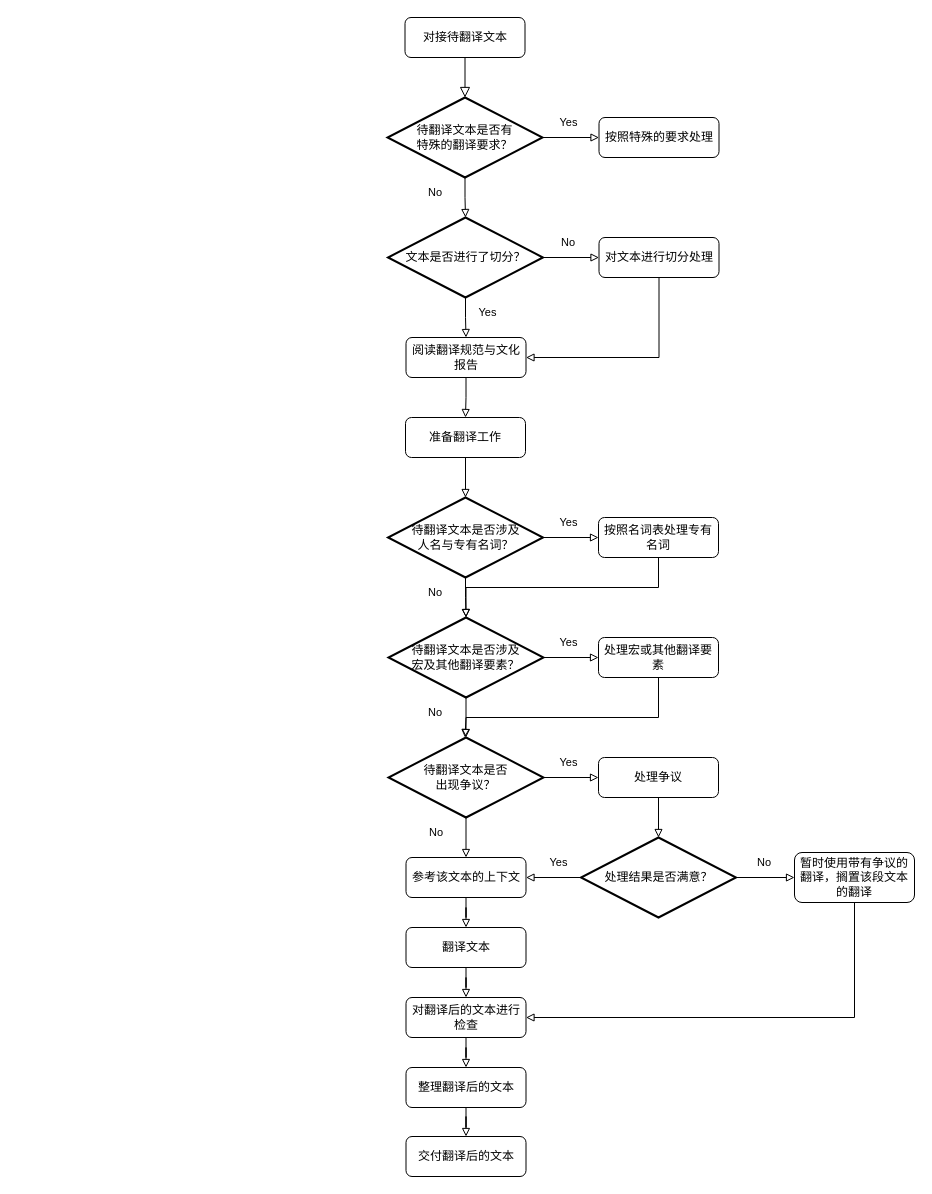
The draw.io diagram 翻译流程图.drawio in icemeowzhi/bach_final_diags, before the edit. Source tidied: cells renumbered, new cells numbered last; positions are measured from the earlier drawing's top-left corner, leaving out a move shared by most shapes. Both pictures are drawn from the tidied source at 100%, with x=0, y=0 at pixel (387, 17).
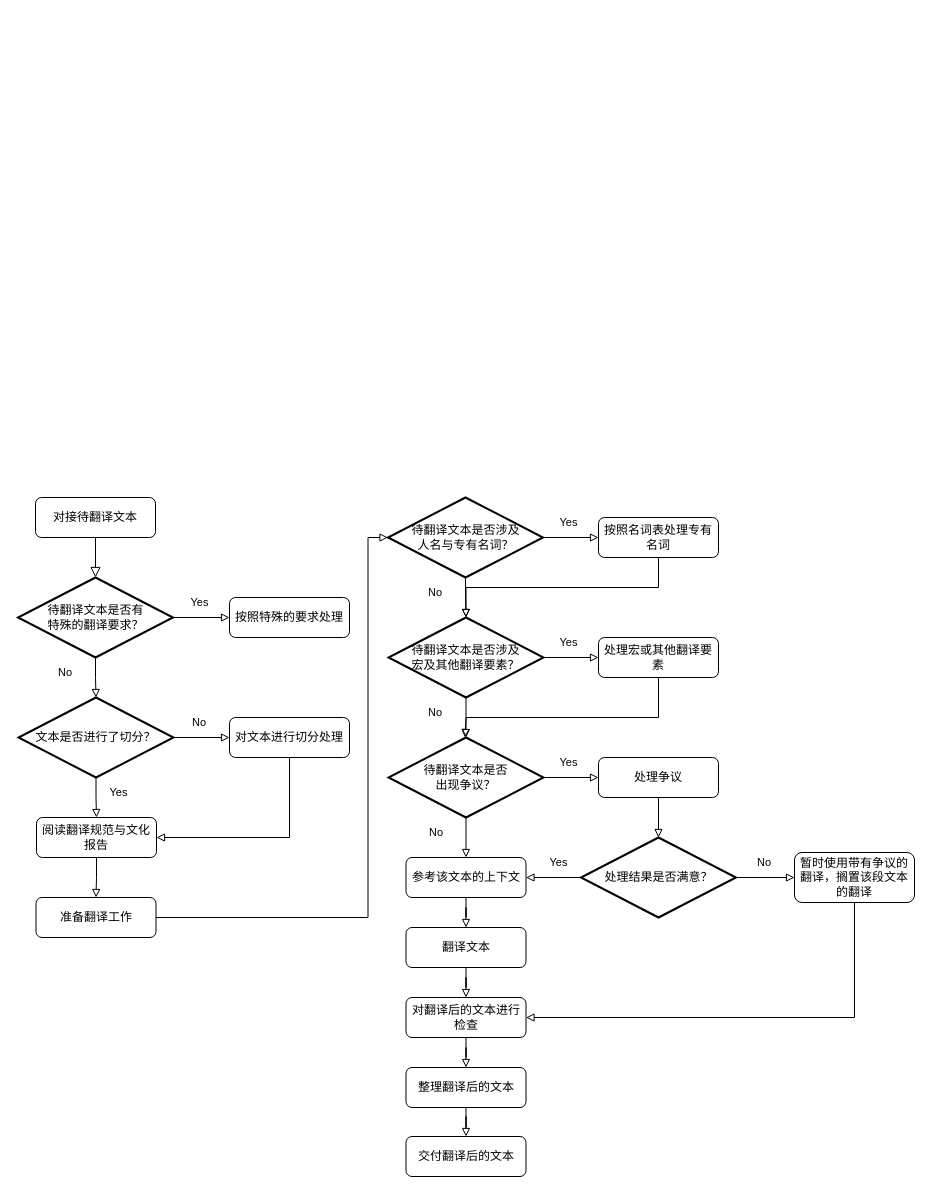
Above is the later version.

Commit message:
更新翻译流程图.drawio

The change refers to these unchanged cells:
```xml
<mxCell id="14" value="&lt;div&gt;待翻译文本是否涉及&lt;/div&gt;&lt;div&gt;人名与专有名词？&lt;br&gt;&lt;/div&gt;" style="strokeWidth=2;html=1;shape=mxgraph.flowchart.decision;whiteSpace=wrap;" parent="1" vertex="1">
  <mxGeometry x="0.5" y="480" width="155" height="80" as="geometry" />
</mxCell>
<mxCell id="24" value="处理结果是否满意？" style="strokeWidth=2;html=1;shape=mxgraph.flowchart.decision;whiteSpace=wrap;" parent="1" vertex="1">
  <mxGeometry x="193.5" y="820" width="155" height="80" as="geometry" />
</mxCell>
<mxCell id="28" value="暂时使用带有争议的翻译，搁置该段文本的翻译" style="rounded=1;whiteSpace=wrap;html=1;fontSize=12;glass=0;strokeWidth=1;shadow=0;" parent="1" vertex="1">
  <mxGeometry x="407" y="835" width="120" height="50" as="geometry" />
</mxCell>
<mxCell id="35" value="对翻译后的文本进行检查" style="rounded=1;whiteSpace=wrap;html=1;fontSize=12;glass=0;strokeWidth=1;shadow=0;" parent="1" vertex="1">
  <mxGeometry x="18.5" y="980" width="120" height="40" as="geometry" />
</mxCell>
```

Diff of the diagram source:
```diff
@@
     <mxCell id="3" value="对接待翻译文本" style="rounded=1;whiteSpace=wrap;html=1;fontSize=12;glass=0;strokeWidth=1;shadow=0;" parent="1" vertex="1">
-      <mxGeometry x="17.5" width="120" height="40" as="geometry" />
+      <mxGeometry x="-352" y="480" width="120" height="40" as="geometry" />
     </mxCell>
@@
     <mxCell id="5" value="&lt;div&gt;待翻译文本是否有&lt;/div&gt;&lt;div&gt;特殊的翻译要求？&lt;/div&gt;" style="strokeWidth=2;html=1;shape=mxgraph.flowchart.decision;whiteSpace=wrap;" parent="1" vertex="1">
-      <mxGeometry y="80" width="155" height="80" as="geometry" />
+      <mxGeometry x="-369.5" y="560" width="155" height="80" as="geometry" />
     </mxCell>
     <mxCell id="6" value="按照特殊的要求处理" style="rounded=1;whiteSpace=wrap;html=1;fontSize=12;glass=0;strokeWidth=1;shadow=0;" parent="1" vertex="1">
-      <mxGeometry x="211.5" y="100" width="120" height="40" as="geometry" />
+      <mxGeometry x="-158" y="580" width="120" height="40" as="geometry" />
     </mxCell>
@@
     <mxCell id="9" value="文本是否进行了切分？" style="strokeWidth=2;html=1;shape=mxgraph.flowchart.decision;whiteSpace=wrap;" parent="1" vertex="1">
-      <mxGeometry x="0.5" y="200" width="155" height="80" as="geometry" />
+      <mxGeometry x="-369" y="680" width="155" height="80" as="geometry" />
     </mxCell>
     <mxCell id="10" style="edgeStyle=orthogonalEdgeStyle;rounded=0;jettySize=auto;html=1;entryX=1;entryY=0.5;entryDx=0;entryDy=0;strokeColor=default;align=center;verticalAlign=middle;fontFamily=Helvetica;fontSize=11;fontColor=default;labelBackgroundColor=default;endArrow=block;endFill=0;" parent="1" edge="1" source="11" target="37">
       <mxGeometry relative="1" as="geometry">
         <Array as="points">
-          <mxPoint x="271.5" y="340" />
+          <mxPoint x="-98" y="820" />
         </Array>
       </mxGeometry>
     </mxCell>
     <mxCell id="11" value="对文本进行切分处理" style="rounded=1;whiteSpace=wrap;html=1;fontSize=12;glass=0;strokeWidth=1;shadow=0;" parent="1" vertex="1">
-      <mxGeometry x="211.5" y="220" width="120" height="40" as="geometry" />
+      <mxGeometry x="-158" y="700" width="120" height="40" as="geometry" />
     </mxCell>
@@
-    <mxCell id="15" style="edgeStyle=orthogonalEdgeStyle;rounded=0;jettySize=auto;html=1;strokeColor=default;align=center;verticalAlign=middle;fontFamily=Helvetica;fontSize=11;fontColor=default;labelBackgroundColor=default;endArrow=block;endFill=0;" parent="1" edge="1" source="16" target="14">
-      <mxGeometry relative="1" as="geometry" />
+    <mxCell id="15" style="edgeStyle=orthogonalEdgeStyle;rounded=0;jettySize=auto;html=1;strokeColor=default;align=center;verticalAlign=middle;fontFamily=Helvetica;fontSize=11;fontColor=default;labelBackgroundColor=default;endArrow=block;endFill=0;entryX=0;entryY=0.5;entryDx=0;entryDy=0;entryPerimeter=0;" parent="1" edge="1" source="16" target="14">
+      <mxGeometry relative="1" as="geometry">
+        <Array as="points">
+          <mxPoint x="-19.5" y="900" />
+          <mxPoint x="-19.5" y="520" />
+        </Array>
+      </mxGeometry>
     </mxCell>
     <mxCell id="16" value="准备翻译工作" style="rounded=1;whiteSpace=wrap;html=1;fontSize=12;glass=0;strokeWidth=1;shadow=0;" parent="1" vertex="1">
-      <mxGeometry x="18" y="400" width="120" height="40" as="geometry" />
+      <mxGeometry x="-351.5" y="880" width="120" height="40" as="geometry" />
     </mxCell>
@@
-    <mxCell id="23" style="edgeStyle=orthogonalEdgeStyle;rounded=0;jettySize=auto;html=1;entryX=0;entryY=0.5;entryDx=0;entryDy=0;strokeColor=default;align=center;verticalAlign=middle;fontFamily=Helvetica;fontSize=11;fontColor=default;labelBackgroundColor=default;endArrow=block;endFill=0;" parent="1" edge="1" source="24" target="28">
+    <mxCell id="23" style="edgeStyle=orthogonalEdgeStyle;rounded=0;jettySize=auto;html=1;strokeColor=default;align=center;verticalAlign=middle;fontFamily=Helvetica;fontSize=11;fontColor=default;labelBackgroundColor=default;endArrow=block;endFill=0;" parent="1" edge="1" source="24" target="28">
       <mxGeometry relative="1" as="geometry" />
     </mxCell>
@@
     <mxCell id="27" style="edgeStyle=orthogonalEdgeStyle;rounded=0;jettySize=auto;html=1;entryX=1;entryY=0.5;entryDx=0;entryDy=0;strokeColor=default;align=center;verticalAlign=middle;fontFamily=Helvetica;fontSize=11;fontColor=default;labelBackgroundColor=default;endArrow=block;endFill=0;" parent="1" edge="1" source="28" target="35">
       <mxGeometry relative="1" as="geometry">
         <Array as="points">
-          <mxPoint x="467" y="1000" />
+          <mxPoint x="467.5" y="1000" />
         </Array>
       </mxGeometry>
     </mxCell>
@@
     <mxCell id="37" value="阅读翻译规范与文化报告" style="rounded=1;whiteSpace=wrap;html=1;fontSize=12;glass=0;strokeWidth=1;shadow=0;" parent="1" vertex="1">
-      <mxGeometry x="18.5" y="320" width="120" height="40" as="geometry" />
+      <mxGeometry x="-351" y="800" width="120" height="40" as="geometry" />
     </mxCell>
@@
     <mxCell id="46" value="No" style="text;html=1;align=center;verticalAlign=middle;whiteSpace=wrap;rounded=0;fontFamily=Helvetica;fontSize=11;fontColor=default;labelBackgroundColor=default;" parent="1" vertex="1">
-      <mxGeometry x="151" y="210" width="60" height="30" as="geometry" />
+      <mxGeometry x="-218.5" y="690" width="60" height="30" as="geometry" />
     </mxCell>
     <mxCell id="47" value="Yes" style="text;html=1;align=center;verticalAlign=middle;strokeColor=none;fillColor=none;fontFamily=Helvetica;fontSize=11;fontColor=default;labelBackgroundColor=default;" parent="1" vertex="1">
-      <mxGeometry x="80" y="280" width="40" height="30" as="geometry" />
+      <mxGeometry x="-289.5" y="760" width="40" height="30" as="geometry" />
     </mxCell>
@@
     <mxCell id="52" value="Yes" style="text;html=1;align=center;verticalAlign=middle;strokeColor=none;fillColor=none;fontFamily=Helvetica;fontSize=11;fontColor=default;labelBackgroundColor=default;" parent="1" vertex="1">
-      <mxGeometry x="161" y="90" width="40" height="30" as="geometry" />
+      <mxGeometry x="-208.5" y="570" width="40" height="30" as="geometry" />
     </mxCell>
     <mxCell id="53" value="No" style="text;html=1;align=center;verticalAlign=middle;whiteSpace=wrap;rounded=0;fontFamily=Helvetica;fontSize=11;fontColor=default;labelBackgroundColor=default;" parent="1" vertex="1">
-      <mxGeometry x="17.5" y="160" width="60" height="30" as="geometry" />
+      <mxGeometry x="-352" y="640" width="60" height="30" as="geometry" />
     </mxCell>
```
